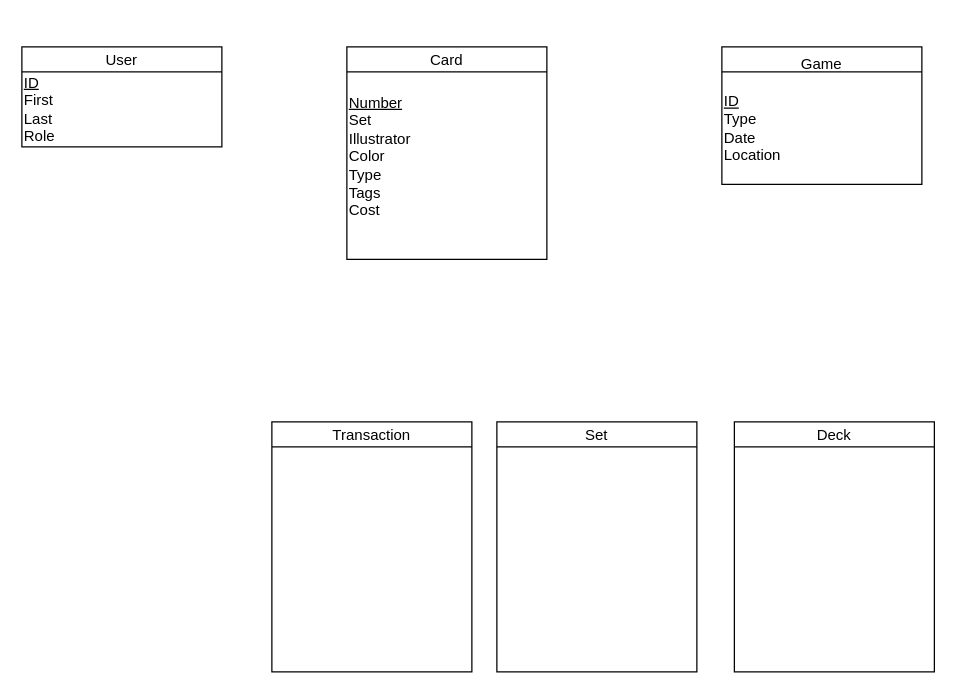
The draw.io diagram Project Phase 2.drawio in jacobvigliotti/ICS-Database-Group-Project, before the edit. Source tidied: cells renumbered, new cells numbered last; positions are measured from the earlier drawing's top-left corner, leaving out a move shared by most shapes. Both pictures are drawn from the tidied source at 125%, with x=0, y=0 at pixel (21, 46).
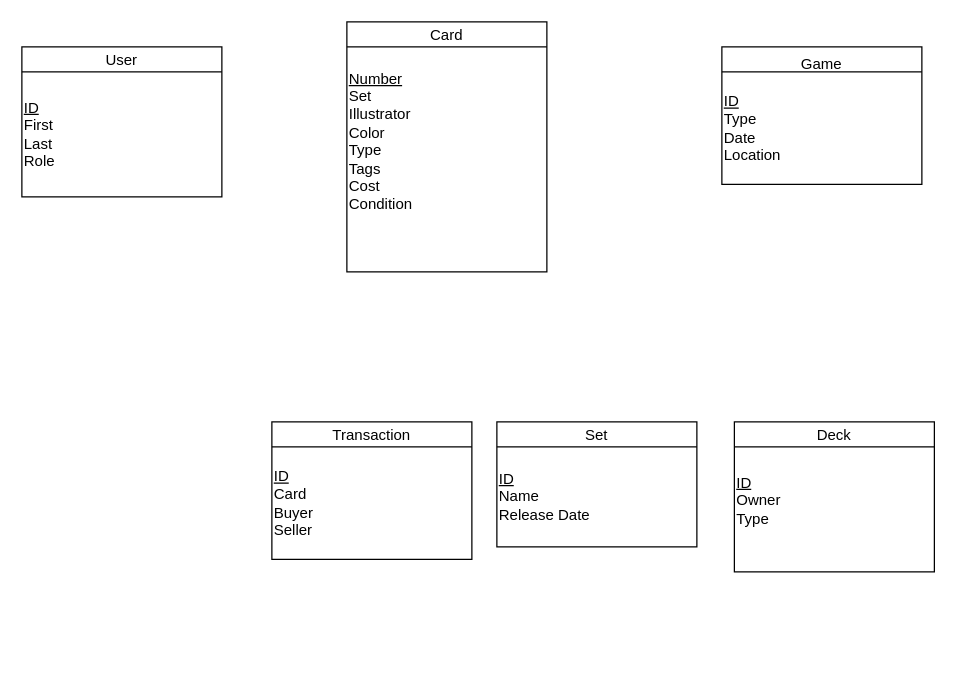
The same page after the edit.

The edit, as a diff of the source:
```diff
@@
 <mxGraphModel>
   <root>
     <mxCell id="0" />
     <mxCell id="1" parent="0" />
     <mxCell id="2" value="Card" style="swimlane;fontStyle=0;horizontal=1;startSize=20;fillColor=#ffffff;swimlaneFillColor=#ffffff;" parent="1" vertex="1">
-      <mxGeometry x="260" width="160" height="170" as="geometry" />
+      <mxGeometry x="260" y="-20" width="160" height="200" as="geometry" />
     </mxCell>
-    <mxCell id="3" value="&lt;div style=&quot;&quot;&gt;&lt;div&gt;&lt;u style=&quot;&quot;&gt;Number&lt;/u&gt;&lt;/div&gt;&lt;/div&gt;&lt;div style=&quot;&quot;&gt;Set&lt;/div&gt;&lt;div style=&quot;&quot;&gt;&lt;span style=&quot;background-color: initial;&quot;&gt;Illustrator&lt;/span&gt;&lt;br&gt;&lt;/div&gt;&lt;div style=&quot;&quot;&gt;Color&lt;/div&gt;&lt;div style=&quot;&quot;&gt;Type&lt;/div&gt;&lt;div style=&quot;&quot;&gt;Tags&lt;/div&gt;&lt;div style=&quot;&quot;&gt;Cost&lt;/div&gt;&lt;div style=&quot;&quot;&gt;&lt;br&gt;&lt;/div&gt;" style="text;strokeColor=none;align=left;fillColor=none;html=1;verticalAlign=middle;whiteSpace=wrap;rounded=0;" parent="2" vertex="1">
-      <mxGeometry y="20" width="160" height="150" as="geometry" />
+    <mxCell id="3" value="&lt;div style=&quot;&quot;&gt;&lt;div&gt;&lt;u style=&quot;&quot;&gt;Number&lt;/u&gt;&lt;/div&gt;&lt;/div&gt;&lt;div style=&quot;&quot;&gt;Set&lt;/div&gt;&lt;div style=&quot;&quot;&gt;&lt;span style=&quot;background-color: initial;&quot;&gt;Illustrator&lt;/span&gt;&lt;br&gt;&lt;/div&gt;&lt;div style=&quot;&quot;&gt;Color&lt;/div&gt;&lt;div style=&quot;&quot;&gt;Type&lt;/div&gt;&lt;div style=&quot;&quot;&gt;Tags&lt;/div&gt;&lt;div style=&quot;&quot;&gt;Cost&lt;/div&gt;&lt;div style=&quot;&quot;&gt;Condition&lt;/div&gt;&lt;div style=&quot;&quot;&gt;&lt;br&gt;&lt;/div&gt;&lt;div style=&quot;&quot;&gt;&lt;br&gt;&lt;/div&gt;" style="text;strokeColor=none;align=left;fillColor=none;html=1;verticalAlign=middle;whiteSpace=wrap;rounded=0;" parent="2" vertex="1">
+      <mxGeometry y="20" width="160" height="180" as="geometry" />
     </mxCell>
     <mxCell id="4" value="Transaction" style="swimlane;fontStyle=0;horizontal=1;startSize=20;fillColor=#ffffff;swimlaneFillColor=#ffffff;" parent="1" vertex="1">
-      <mxGeometry x="200" y="300" width="160" height="200" as="geometry" />
+      <mxGeometry x="200" y="300" width="160" height="110" as="geometry" />
     </mxCell>
+    <mxCell id="11" value="&lt;u&gt;ID&lt;/u&gt;&lt;div&gt;Card&lt;/div&gt;&lt;div&gt;Buyer&lt;/div&gt;&lt;div&gt;Seller&lt;br&gt;&lt;/div&gt;" style="text;strokeColor=none;align=left;fillColor=none;html=1;verticalAlign=middle;whiteSpace=wrap;rounded=0;" parent="4" vertex="1">
+      <mxGeometry y="20" width="160" height="90" as="geometry" />
+    </mxCell>
     <mxCell id="5" value="Set" style="swimlane;fontStyle=0;horizontal=1;startSize=20;fillColor=#ffffff;swimlaneFillColor=#ffffff;" parent="1" vertex="1">
-      <mxGeometry x="380" y="300" width="160" height="200" as="geometry" />
+      <mxGeometry x="380" y="300" width="160" height="100" as="geometry" />
     </mxCell>
+    <mxCell id="12" value="&lt;u&gt;ID&lt;/u&gt;&lt;div&gt;Name&lt;/div&gt;&lt;div&gt;Release Date&lt;/div&gt;" style="text;strokeColor=none;align=left;fillColor=none;html=1;verticalAlign=middle;whiteSpace=wrap;rounded=0;" parent="5" vertex="1">
+      <mxGeometry y="20" width="160" height="80" as="geometry" />
+    </mxCell>
     <mxCell id="6" value="Deck" style="swimlane;fontStyle=0;horizontal=1;startSize=20;fillColor=#ffffff;swimlaneFillColor=#ffffff;" parent="1" vertex="1">
-      <mxGeometry x="570" y="300" width="160" height="200" as="geometry" />
+      <mxGeometry x="570" y="300" width="160" height="120" as="geometry" />
     </mxCell>
+    <mxCell id="13" value="&lt;u&gt;ID&lt;/u&gt;&lt;div&gt;Owner&lt;/div&gt;&lt;div&gt;Type&lt;/div&gt;&lt;div&gt;&lt;br&gt;&lt;/div&gt;" style="text;strokeColor=none;align=left;fillColor=none;html=1;verticalAlign=middle;whiteSpace=wrap;rounded=0;" parent="6" vertex="1">
+      <mxGeometry y="20" width="160" height="100" as="geometry" />
+    </mxCell>
     <mxCell id="7" value="Game" style="swimlane;fontStyle=0;horizontal=1;startSize=20;fillColor=#ffffff;swimlaneFillColor=#ffffff;verticalAlign=top;" parent="1" vertex="1">
       <mxGeometry x="560" width="160" height="110" as="geometry" />
     </mxCell>
     <mxCell id="8" value="&lt;div style=&quot;&quot;&gt;&lt;u&gt;ID&lt;/u&gt;&lt;/div&gt;&lt;div style=&quot;&quot;&gt;Type&lt;/div&gt;&lt;div style=&quot;&quot;&gt;Date&amp;nbsp;&lt;br&gt;Location&lt;/div&gt;" style="text;strokeColor=none;align=left;fillColor=none;html=1;verticalAlign=middle;whiteSpace=wrap;rounded=0;" parent="7" vertex="1">
       <mxGeometry y="20" width="160" height="90" as="geometry" />
     </mxCell>
     <mxCell id="9" value="User" style="swimlane;fontStyle=0;horizontal=1;startSize=20;fillColor=#ffffff;swimlaneFillColor=#ffffff;" parent="1" vertex="1">
-      <mxGeometry width="160" height="80" as="geometry" />
+      <mxGeometry width="160" height="120" as="geometry" />
     </mxCell>
     <mxCell id="10" value="&lt;div style=&quot;&quot;&gt;&lt;span style=&quot;background-color: initial;&quot;&gt;&lt;u&gt;ID&lt;/u&gt;&lt;/span&gt;&lt;/div&gt;&lt;div style=&quot;&quot;&gt;&lt;span style=&quot;background-color: initial;&quot;&gt;First&lt;/span&gt;&lt;/div&gt;&lt;div style=&quot;&quot;&gt;Last&lt;/div&gt;&lt;div style=&quot;&quot;&gt;Role&lt;/div&gt;" style="text;strokeColor=none;align=left;fillColor=none;html=1;verticalAlign=middle;whiteSpace=wrap;rounded=0;" parent="9" vertex="1">
-      <mxGeometry y="20" width="160" height="60" as="geometry" />
+      <mxGeometry y="20" width="160" height="100" as="geometry" />
     </mxCell>
   </root>
 </mxGraphModel>
```
